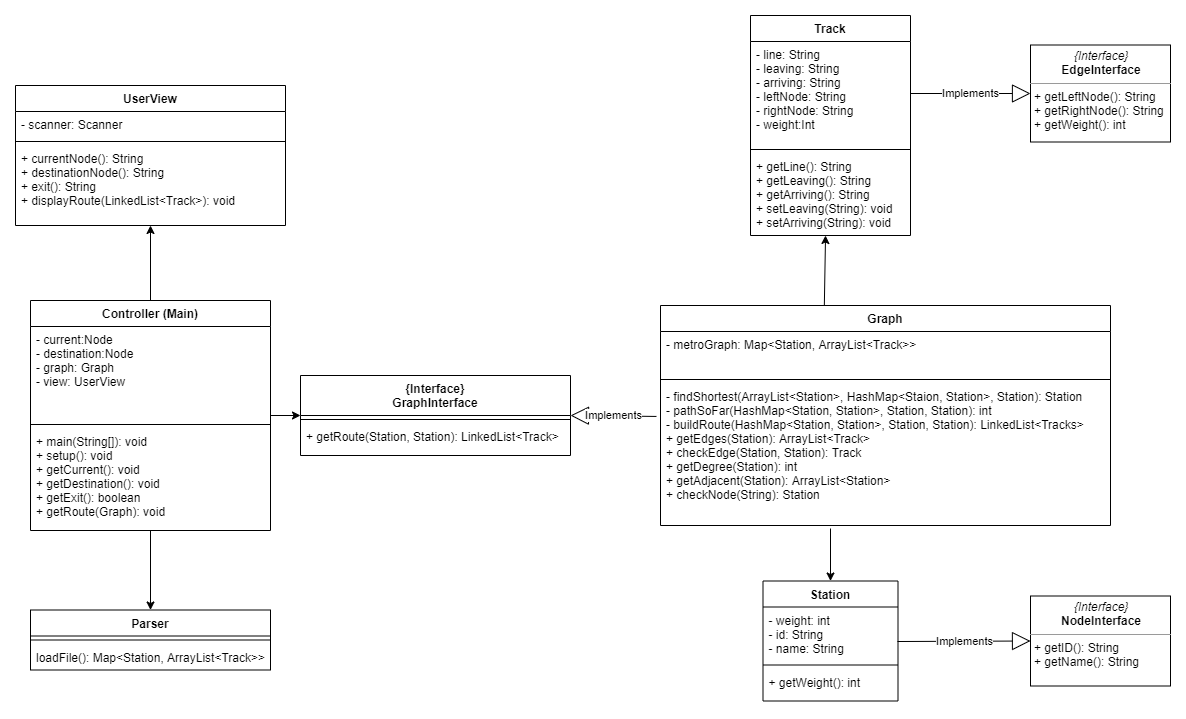
The draw.io diagram FinalBlockDiagram.png in thewolfaxe/CS308Metro, before a commit. Source tidied: cells renumbered, new cells last; positions are measured from the earlier drawing's top-left corner, leaving out a move shared by most shapes.
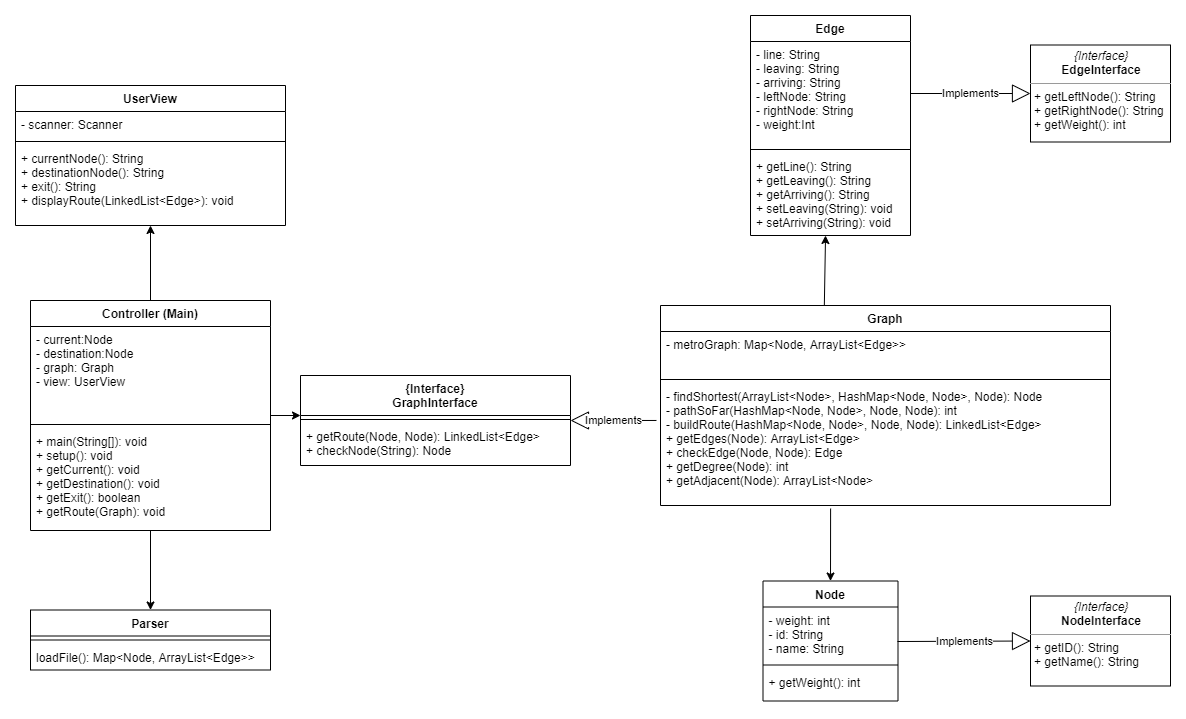
After the commit.

Commit message:
refracted descriptions and block diagram!

Change to the diagram source:
```diff
@@ -8,19 +8,19 @@
     <mxCell id="3" style="line;strokeWidth=1;fillColor=none;align=left;verticalAlign=middle;spacingTop=-1;spacingLeft=3;spacingRight=3;labelPosition=right;" parent="2" vertex="1">
       <mxGeometry y="26" width="240" height="8" as="geometry" />
     </mxCell>
-    <mxCell id="4" value="loadFile(): Map&lt;Station, ArrayList&lt;Track&gt;&gt;" style="text;strokeColor=none;fillColor=none;align=left;verticalAlign=top;spacingLeft=4;spacingRight=4;overflow=hidden;" parent="2" vertex="1">
+    <mxCell id="4" value="loadFile(): Map&lt;Node, ArrayList&lt;Edge&gt;&gt;" style="text;strokeColor=none;fillColor=none;align=left;verticalAlign=top;spacingLeft=4;spacingRight=4;overflow=hidden;" parent="2" vertex="1">
       <mxGeometry y="34" width="240" height="26" as="geometry" />
     </mxCell>
     <mxCell id="5" value="{Interface}&#10;GraphInterface" style="swimlane;fontStyle=1;align=center;verticalAlign=top;horizontal=1;startSize=40;" parent="1" vertex="1">
-      <mxGeometry x="285" y="360" width="270" height="80" as="geometry" />
+      <mxGeometry x="285" y="360" width="270" height="90" as="geometry" />
     </mxCell>
     <mxCell id="6" style="line;strokeWidth=1;fillColor=none;align=left;verticalAlign=middle;spacingTop=-1;spacingLeft=3;spacingRight=3;labelPosition=right;" parent="5" vertex="1">
       <mxGeometry y="40" width="270" height="8" as="geometry" />
     </mxCell>
-    <mxCell id="7" value="+ getRoute(Station, Station): LinkedList&lt;Track&gt;" style="text;strokeColor=none;fillColor=none;align=left;verticalAlign=top;spacingLeft=4;spacingRight=4;overflow=hidden;" parent="5" vertex="1">
-      <mxGeometry y="48" width="270" height="32" as="geometry" />
+    <mxCell id="7" value="+ getRoute(Node, Node): LinkedList&lt;Edge&gt;&#10;+ checkNode(String): Node" style="text;strokeColor=none;fillColor=none;align=left;verticalAlign=top;spacingLeft=4;spacingRight=4;overflow=hidden;" parent="5" vertex="1">
+      <mxGeometry y="48" width="270" height="42" as="geometry" />
     </mxCell>
-    <mxCell id="8" value="Station" style="swimlane;fontStyle=1;align=center;verticalAlign=top;horizontal=1;startSize=26;" parent="1" vertex="1">
+    <mxCell id="8" value="Node" style="swimlane;fontStyle=1;align=center;verticalAlign=top;horizontal=1;startSize=26;" parent="1" vertex="1">
       <mxGeometry x="747.5" y="565.5" width="135" height="120" as="geometry" />
     </mxCell>
     <mxCell id="9" value="- weight: int&#10;- id: String&#10;- name: String" style="text;strokeColor=none;fillColor=none;align=left;verticalAlign=top;spacingLeft=4;spacingRight=4;overflow=hidden;points=[[0,0.5],[1,0.5]];portConstraint=eastwest;" parent="8" vertex="1">
@@ -32,8 +32,10 @@
     <mxCell id="11" value="+ getWeight(): int&#10;" style="text;strokeColor=none;fillColor=none;align=left;verticalAlign=top;spacingLeft=4;spacingRight=4;overflow=hidden;" parent="8" vertex="1">
       <mxGeometry y="88" width="135" height="32" as="geometry" />
     </mxCell>
-    <mxCell id="12" style="edgeStyle=orthogonalEdgeStyle;rounded=0;jettySize=auto;html=1;entryX=0;entryY=0.5;entryDx=0;entryDy=0;" parent="1" edge="1" source="15" target="5">
-      <mxGeometry relative="1" as="geometry" />
+    <mxCell id="12" style="edgeStyle=orthogonalEdgeStyle;rounded=0;jettySize=auto;html=1;" parent="1" edge="1" source="15">
+      <mxGeometry relative="1" as="geometry">
+        <mxPoint x="285" y="400" as="targetPoint" />
+      </mxGeometry>
     </mxCell>
     <mxCell id="13" style="edgeStyle=orthogonalEdgeStyle;rounded=0;jettySize=auto;html=1;" parent="1" edge="1" source="15" target="2">
       <mxGeometry relative="1" as="geometry" />
@@ -56,7 +58,7 @@
     <mxCell id="19" value="&lt;p style=&quot;margin: 0px ; margin-top: 4px ; text-align: center&quot;&gt;&lt;i&gt;{Interface}&lt;/i&gt;&lt;br&gt;&lt;b&gt;NodeInterface&lt;/b&gt;&lt;/p&gt;&lt;hr size=&quot;1&quot;&gt;&lt;p style=&quot;margin: 0px ; margin-left: 4px&quot;&gt;&lt;span&gt;+ getID(): String&lt;/span&gt;&lt;br&gt;&lt;/p&gt;&lt;p style=&quot;margin: 0px ; margin-left: 4px&quot;&gt;+ getName(): String&lt;br&gt;&lt;/p&gt;" style="verticalAlign=top;align=left;overflow=fill;fontSize=12;fontFamily=Helvetica;html=1;" parent="1" vertex="1">
       <mxGeometry x="1015" y="580.5" width="140" height="90" as="geometry" />
     </mxCell>
-    <mxCell id="20" value="Track" style="swimlane;fontStyle=1;align=center;verticalAlign=top;horizontal=1;startSize=26;" parent="1" vertex="1">
+    <mxCell id="20" value="Edge" style="swimlane;fontStyle=1;align=center;verticalAlign=top;horizontal=1;startSize=26;" parent="1" vertex="1">
       <mxGeometry x="735" width="160" height="220" as="geometry" />
     </mxCell>
     <mxCell id="21" value="- line: String&#10;- leaving: String&#10;- arriving: String&#10;- leftNode: String&#10;- rightNode: String&#10;- weight:Int&#10;" style="text;strokeColor=none;fillColor=none;align=left;verticalAlign=top;spacingLeft=4;spacingRight=4;overflow=hidden;points=[[0,0.5],[1,0.5]];portConstraint=eastwest;" parent="20" vertex="1">
@@ -71,7 +73,7 @@
     <mxCell id="24" value="&lt;p style=&quot;margin: 0px ; margin-top: 4px ; text-align: center&quot;&gt;&lt;i&gt;{Interface}&lt;/i&gt;&lt;br&gt;&lt;b&gt;EdgeInterface&lt;/b&gt;&lt;/p&gt;&lt;hr size=&quot;1&quot;&gt;&lt;p style=&quot;margin: 0px ; margin-left: 4px&quot;&gt;+ getLeftNode(): String&lt;br&gt;&lt;/p&gt;&lt;p style=&quot;margin: 0px ; margin-left: 4px&quot;&gt;+ getRightNode(): String&lt;/p&gt;&lt;p style=&quot;margin: 0px ; margin-left: 4px&quot;&gt;+ getWeight(): i&lt;span&gt;nt&lt;/span&gt;&lt;/p&gt;" style="verticalAlign=top;align=left;overflow=fill;fontSize=12;fontFamily=Helvetica;html=1;" parent="1" vertex="1">
       <mxGeometry x="1015" y="29.5" width="140" height="97" as="geometry" />
     </mxCell>
-    <mxCell id="25" value="Implements" style="endArrow=block;endSize=16;endFill=0;html=1;entryX=1;entryY=0.5;entryDx=0;entryDy=0;exitX=-0.009;exitY=0.232;exitDx=0;exitDy=0;exitPerimeter=0;" parent="1" edge="1" source="33" target="5">
+    <mxCell id="25" value="Implements" style="endArrow=block;endSize=16;endFill=0;html=1;entryX=1;entryY=0.5;entryDx=0;entryDy=0;exitX=-0.009;exitY=0.303;exitDx=0;exitDy=0;exitPerimeter=0;" parent="1" edge="1" source="33" target="5">
       <mxGeometry relative="1" as="geometry" />
     </mxCell>
     <mxCell id="26" value="Implements" style="endArrow=block;endSize=16;endFill=0;html=1;entryX=0;entryY=0.5;entryDx=0;entryDy=0;exitX=0.996;exitY=0.639;exitDx=0;exitDy=0;exitPerimeter=0;" parent="1" edge="1" source="9" target="19">
@@ -80,25 +82,23 @@
     <mxCell id="27" value="Implements" style="endArrow=block;endSize=16;endFill=0;html=1;entryX=0;entryY=0.5;entryDx=0;entryDy=0;exitX=1;exitY=0.5;exitDx=0;exitDy=0;" parent="1" edge="1" source="21" target="24">
       <mxGeometry relative="1" as="geometry" />
     </mxCell>
-    <mxCell id="28" style="endArrow=classic;html=1;entryX=0.5;entryY=0;entryDx=0;entryDy=0;" parent="1" edge="1" target="8">
-      <mxGeometry relative="1" as="geometry">
-        <mxPoint x="815" y="513" as="sourcePoint" />
-      </mxGeometry>
+    <mxCell id="28" style="endArrow=classic;html=1;entryX=0.5;entryY=0;entryDx=0;entryDy=0;exitX=0.378;exitY=1.025;exitDx=0;exitDy=0;exitPerimeter=0;" parent="1" edge="1" source="33" target="8">
+      <mxGeometry relative="1" as="geometry" />
     </mxCell>
     <mxCell id="29" style="endArrow=classic;html=1;exitX=0.364;exitY=0.009;exitDx=0;exitDy=0;entryX=0.469;entryY=1;entryDx=0;entryDy=0;entryPerimeter=0;exitPerimeter=0;" parent="1" edge="1" source="30" target="23">
       <mxGeometry relative="1" as="geometry" />
     </mxCell>
     <mxCell id="30" value="Graph" style="swimlane;fontStyle=1;align=center;verticalAlign=top;horizontal=1;startSize=26;" parent="1" vertex="1">
-      <mxGeometry x="645" y="290" width="450" height="220" as="geometry" />
+      <mxGeometry x="645" y="290" width="450" height="200" as="geometry" />
     </mxCell>
-    <mxCell id="31" value="- metroGraph: Map&lt;Station, ArrayList&lt;Track&gt;&gt;&#10;" style="text;strokeColor=none;fillColor=none;align=left;verticalAlign=top;spacingLeft=4;spacingRight=4;overflow=hidden;" parent="30" vertex="1">
+    <mxCell id="31" value="- metroGraph: Map&lt;Node, ArrayList&lt;Edge&gt;&gt;&#10;" style="text;strokeColor=none;fillColor=none;align=left;verticalAlign=top;spacingLeft=4;spacingRight=4;overflow=hidden;" parent="30" vertex="1">
       <mxGeometry y="26" width="450" height="44" as="geometry" />
     </mxCell>
     <mxCell id="32" style="line;strokeWidth=1;fillColor=none;align=left;verticalAlign=middle;spacingTop=-1;spacingLeft=3;spacingRight=3;labelPosition=right;" parent="30" vertex="1">
       <mxGeometry y="70" width="450" height="8" as="geometry" />
     </mxCell>
-    <mxCell id="33" value="- findShortest(ArrayList&lt;Station&gt;, HashMap&lt;Staion, Station&gt;, Station): Station&#10;- pathSoFar(HashMap&lt;Station, Station&gt;, Station, Station): int&#10;- buildRoute(HashMap&lt;Station, Station&gt;, Station, Station): LinkedList&lt;Tracks&gt;&#10;+ getEdges(Station): ArrayList&lt;Track&gt;&#10;+ checkEdge(Station, Station): Track&#10;+ getDegree(Station): int&#10;+ getAdjacent(Station): ArrayList&lt;Station&gt;&#10;+ checkNode(String): Station" style="text;strokeColor=none;fillColor=none;align=left;verticalAlign=top;spacingLeft=4;spacingRight=4;overflow=hidden;points=[[0,0.5],[1,0.5]];portConstraint=eastwest;" parent="30" vertex="1">
-      <mxGeometry y="78" width="450" height="142" as="geometry" />
+    <mxCell id="33" value="- findShortest(ArrayList&lt;Node&gt;, HashMap&lt;Node, Node&gt;, Node): Node&#10;- pathSoFar(HashMap&lt;Node, Node&gt;, Node, Node): int&#10;- buildRoute(HashMap&lt;Node, Node&gt;, Node, Node): LinkedList&lt;Edge&gt;&#10;+ getEdges(Node): ArrayList&lt;Edge&gt;&#10;+ checkEdge(Node, Node): Edge&#10;+ getDegree(Node): int&#10;+ getAdjacent(Node): ArrayList&lt;Node&gt;" style="text;strokeColor=none;fillColor=none;align=left;verticalAlign=top;spacingLeft=4;spacingRight=4;overflow=hidden;points=[[0,0.5],[1,0.5]];portConstraint=eastwest;" parent="30" vertex="1">
+      <mxGeometry y="78" width="450" height="122" as="geometry" />
     </mxCell>
     <mxCell id="34" value="UserView" style="swimlane;fontStyle=1;align=center;verticalAlign=top;horizontal=1;startSize=26;" parent="1" vertex="1">
       <mxGeometry y="70" width="270" height="140" as="geometry" />
@@ -109,7 +109,7 @@
     <mxCell id="36" style="line;strokeWidth=1;fillColor=none;align=left;verticalAlign=middle;spacingTop=-1;spacingLeft=3;spacingRight=3;labelPosition=right;" parent="34" vertex="1">
       <mxGeometry y="52" width="270" height="8" as="geometry" />
     </mxCell>
-    <mxCell id="37" value="+ currentNode(): String&#10;+ destinationNode(): String&#10;+ exit(): String&#10;+ displayRoute(LinkedList&lt;Track&gt;): void" style="text;strokeColor=none;fillColor=none;align=left;verticalAlign=top;spacingLeft=4;spacingRight=4;overflow=hidden;" parent="34" vertex="1">
+    <mxCell id="37" value="+ currentNode(): String&#10;+ destinationNode(): String&#10;+ exit(): String&#10;+ displayRoute(LinkedList&lt;Edge&gt;): void" style="text;strokeColor=none;fillColor=none;align=left;verticalAlign=top;spacingLeft=4;spacingRight=4;overflow=hidden;" parent="34" vertex="1">
       <mxGeometry y="60" width="270" height="80" as="geometry" />
     </mxCell>
   </root>
```
